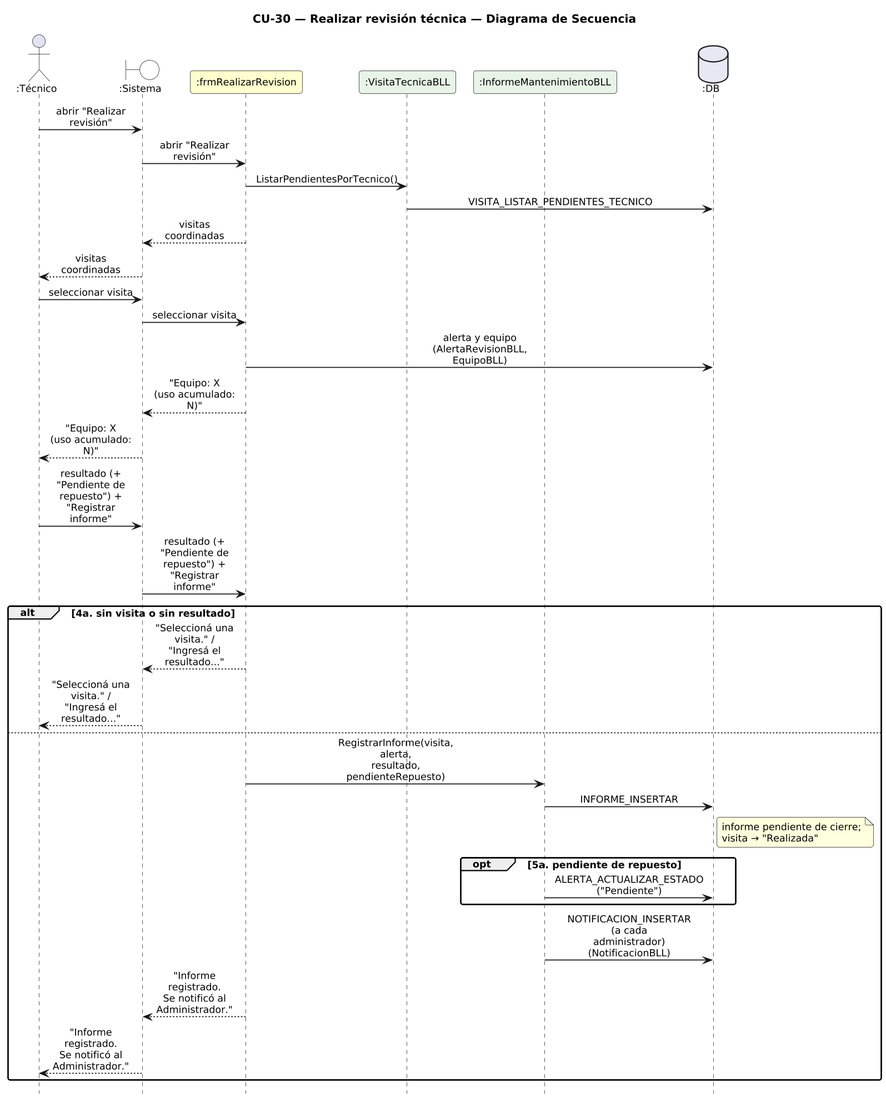
Earlier version of the PlantUML export DIAGRAMAS/DiagramaSecuencia_CU30_RealizarRevision.png (Urrels/ingenieria_software).
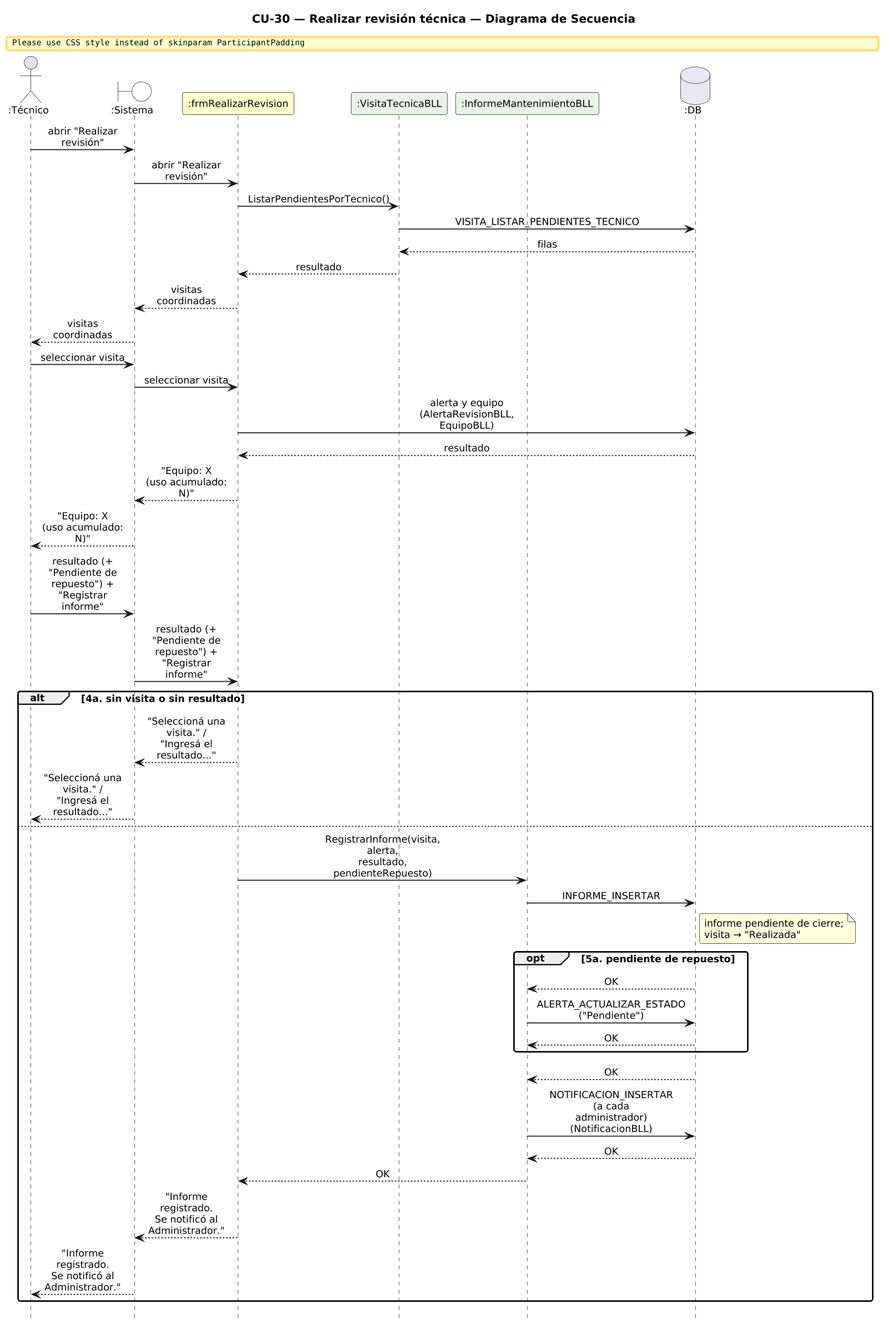
After the change.

Change to the diagram source:
```diff
@@ -24,11 +24,14 @@
 SYS -> F : abrir "Realizar revisión"
 F -> VB : ListarPendientesPorTecnico()
 VB -> DB : VISITA_LISTAR_PENDIENTES_TECNICO
+DB --> VB : filas
+VB --> F : resultado
 F --> SYS : visitas coordinadas
 SYS --> T : visitas coordinadas
 T -> SYS : seleccionar visita
 SYS -> F : seleccionar visita
 F -> DB : alerta y equipo\n(AlertaRevisionBLL, EquipoBLL)
+DB --> F : resultado
 F --> SYS : "Equipo: X\n(uso acumulado: N)"
 SYS --> T : "Equipo: X\n(uso acumulado: N)"
 T -> SYS : resultado (+ "Pendiente de\nrepuesto") + "Registrar informe"
@@ -41,9 +44,14 @@
   IB -> DB : INFORME_INSERTAR
   note right of DB : informe pendiente de cierre;\nvisita → "Realizada"
   opt 5a. pendiente de repuesto
+    DB --> IB : OK
     IB -> DB : ALERTA_ACTUALIZAR_ESTADO\n("Pendiente")
+    DB --> IB : OK
   end
+  DB --> IB : OK
   IB -> DB : NOTIFICACION_INSERTAR\n(a cada administrador)\n(NotificacionBLL)
+  DB --> IB : OK
+  IB --> F : OK
   F --> SYS : "Informe registrado.\nSe notificó al Administrador."
   SYS --> T : "Informe registrado.\nSe notificó al Administrador."
 end
```
